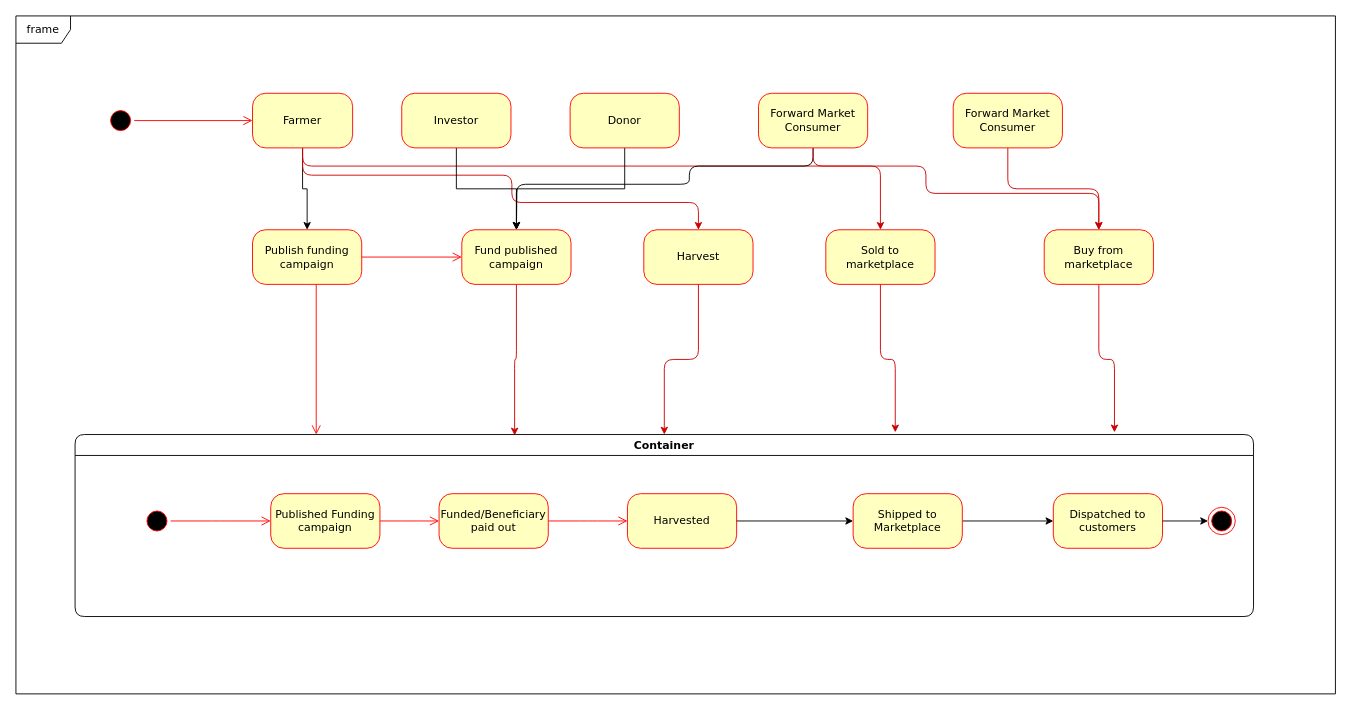
This is State Diagram.drawio from mukulChandYadav/AgriculturalMarketplaceCrowdfunding, a draw.io file, before an edit. Source tidied: cells renumbered, new cells numbered last; positions are measured from the earlier drawing's top-left corner, leaving out a move shared by most shapes. Both pictures are drawn from the tidied source at 91%, with x=0, y=0 at pixel (15, 15).
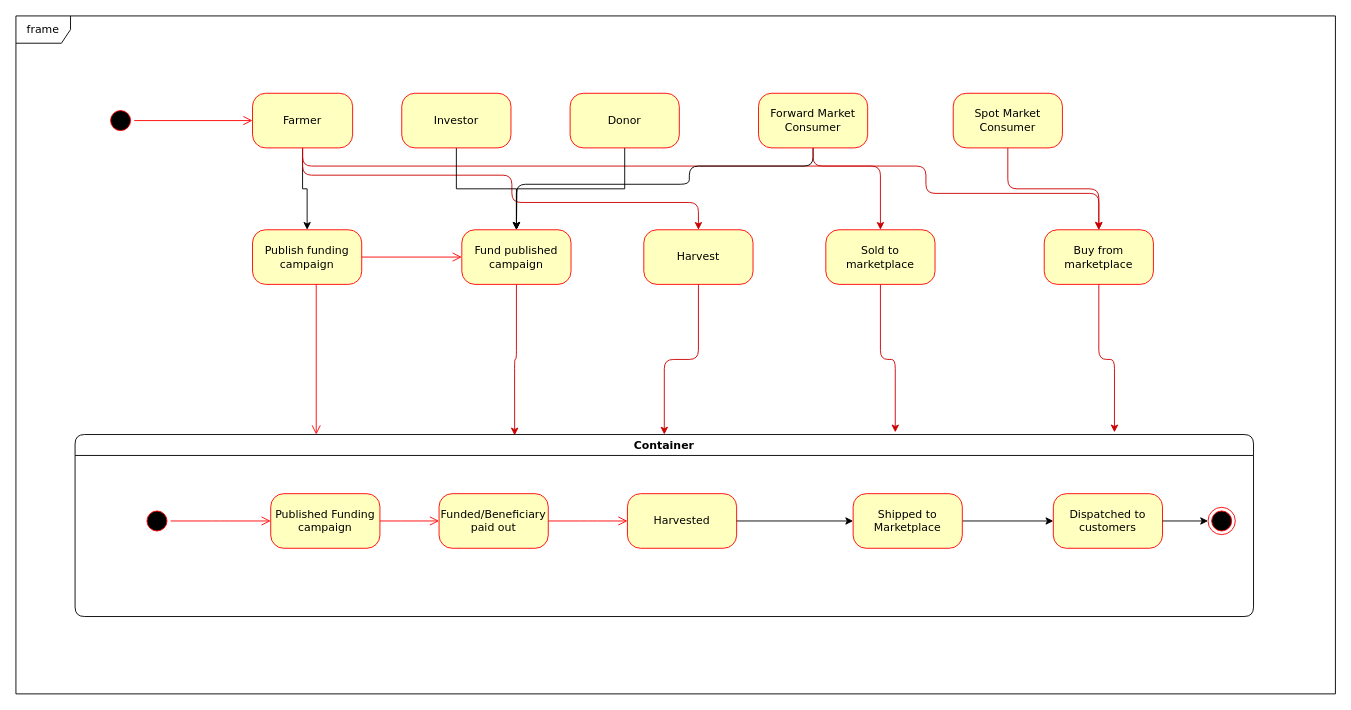
After the change.

Change to the diagram source:
```diff
@@
-    <mxCell id="42" value="Forward Market Consumer" style="rounded=1;whiteSpace=wrap;html=1;arcSize=24;fillColor=#ffffc0;strokeColor=#ff0000;shadow=0;comic=0;labelBackgroundColor=none;fontFamily=Verdana;fontSize=12;fontColor=#000000;align=center;" parent="1" vertex="1">
+    <mxCell id="42" value="Spot Market Consumer" style="rounded=1;whiteSpace=wrap;html=1;arcSize=24;fillColor=#ffffc0;strokeColor=#ff0000;shadow=0;comic=0;labelBackgroundColor=none;fontFamily=Verdana;fontSize=12;fontColor=#000000;align=center;" parent="1" vertex="1">
       <mxGeometry x="1030" y="85" width="120" height="60" as="geometry" />
     </mxCell>
```
